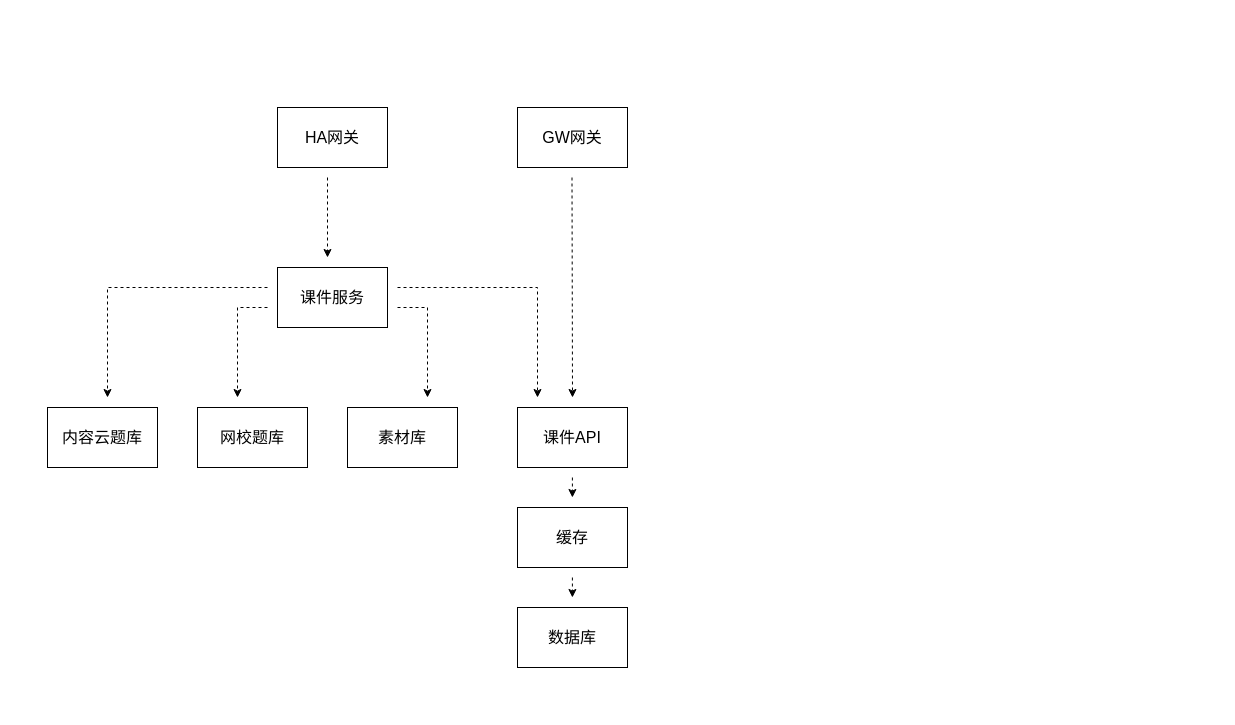
Above: doublealive.drawio in huanjiesm/courseware-draw (draw.io), before the change. Source tidied: cells renumbered, new cells numbered last; positions are measured from the earlier drawing's top-left corner, leaving out a move shared by most shapes. Both pictures are drawn from the tidied source at 100%, with x=0, y=0 at pixel (47, 107).
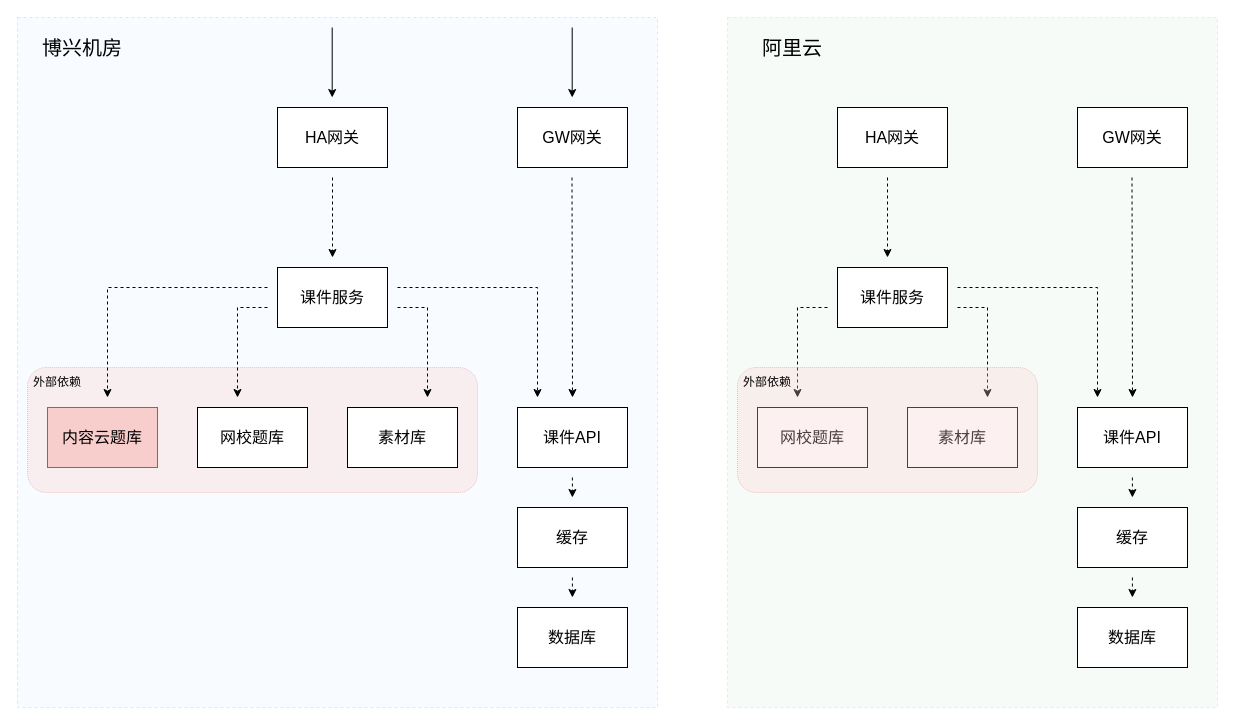
The same diagram, later.

The edit, as a diff of the source:
```diff
@@
+    <mxCell id="19" style="rounded=0;whiteSpace=wrap;html=1;fillColor=#dae8fc;strokeColor=#6c8ebf;dashed=1;opacity=20;" parent="1" vertex="1">
+      <mxGeometry x="-30" y="-90" width="640" height="690" as="geometry" />
+    </mxCell>
+    <mxCell id="20" style="rounded=1;whiteSpace=wrap;html=1;dashed=1;dashPattern=1 1;fillColor=#f8cecc;strokeColor=#b85450;opacity=30;" parent="1" vertex="1">
+      <mxGeometry x="-20" y="260" width="450" height="125" as="geometry" />
+    </mxCell>
+    <mxCell id="21" style="rounded=0;whiteSpace=wrap;html=1;fillColor=#d5e8d4;strokeColor=#82b366;dashed=1;opacity=20;" parent="1" vertex="1">
+      <mxGeometry x="680" y="-90" width="490" height="690" as="geometry" />
+    </mxCell>
@@
-    <mxCell id="8" value="内容云题库" style="rounded=0;whiteSpace=wrap;html=1;fontSize=16;" parent="1" vertex="1">
+    <mxCell id="8" value="内容云题库" style="rounded=0;whiteSpace=wrap;html=1;fontSize=16;fillColor=#f8cecc;strokeColor=#b85450;" parent="1" vertex="1">
       <mxGeometry y="300" width="110" height="60" as="geometry" />
     </mxCell>
@@
     <mxCell id="11" style="endArrow=classic;html=1;rounded=0;dashed=1;" parent="1" edge="1">
       <mxGeometry relative="1" as="geometry">
-        <mxPoint x="280" y="70" as="sourcePoint" />
-        <mxPoint x="280" y="150" as="targetPoint" />
+        <mxPoint x="285" y="70" as="sourcePoint" />
+        <mxPoint x="285" y="150" as="targetPoint" />
       </mxGeometry>
     </mxCell>
@@
+    <mxCell id="22" value="课件服务" style="rounded=0;whiteSpace=wrap;html=1;fontSize=16;" parent="1" vertex="1">
+      <mxGeometry x="790" y="160" width="110" height="60" as="geometry" />
+    </mxCell>
+    <mxCell id="23" value="课件API" style="rounded=0;whiteSpace=wrap;html=1;fontSize=16;" parent="1" vertex="1">
+      <mxGeometry x="1030" y="300" width="110" height="60" as="geometry" />
+    </mxCell>
+    <mxCell id="24" value="缓存" style="rounded=0;whiteSpace=wrap;html=1;fontSize=16;" parent="1" vertex="1">
+      <mxGeometry x="1030" y="400" width="110" height="60" as="geometry" />
+    </mxCell>
+    <mxCell id="25" value="数据库" style="rounded=0;whiteSpace=wrap;html=1;fontSize=16;" parent="1" vertex="1">
+      <mxGeometry x="1030" y="500" width="110" height="60" as="geometry" />
+    </mxCell>
+    <mxCell id="26" value="素材库" style="rounded=0;whiteSpace=wrap;html=1;fontSize=16;" parent="1" vertex="1">
+      <mxGeometry x="860" y="300" width="110" height="60" as="geometry" />
+    </mxCell>
+    <mxCell id="27" value="网校题库" style="rounded=0;whiteSpace=wrap;html=1;fontSize=16;" parent="1" vertex="1">
+      <mxGeometry x="710" y="300" width="110" height="60" as="geometry" />
+    </mxCell>
+    <mxCell id="28" value="HA网关" style="rounded=0;whiteSpace=wrap;html=1;fontSize=16;" parent="1" vertex="1">
+      <mxGeometry x="790" width="110" height="60" as="geometry" />
+    </mxCell>
+    <mxCell id="29" value="GW网关" style="rounded=0;whiteSpace=wrap;html=1;fontSize=16;" parent="1" vertex="1">
+      <mxGeometry x="1030" width="110" height="60" as="geometry" />
+    </mxCell>
+    <mxCell id="30" style="endArrow=classic;html=1;rounded=0;dashed=1;" parent="1" edge="1">
+      <mxGeometry relative="1" as="geometry">
+        <mxPoint x="840" y="70" as="sourcePoint" />
+        <mxPoint x="840" y="150" as="targetPoint" />
+      </mxGeometry>
+    </mxCell>
+    <mxCell id="31" style="endArrow=classic;html=1;rounded=0;dashed=1;" parent="1" edge="1">
+      <mxGeometry relative="1" as="geometry">
+        <mxPoint x="1084.5" y="70" as="sourcePoint" />
+        <mxPoint x="1085" y="290" as="targetPoint" />
+      </mxGeometry>
+    </mxCell>
+    <mxCell id="32" style="endArrow=classic;html=1;rounded=0;dashed=1;" parent="1" edge="1">
+      <mxGeometry relative="1" as="geometry">
+        <mxPoint x="910" y="180" as="sourcePoint" />
+        <mxPoint x="1050" y="290" as="targetPoint" />
+        <Array as="points">
+          <mxPoint x="1050" y="180" />
+        </Array>
+      </mxGeometry>
+    </mxCell>
+    <mxCell id="33" style="endArrow=classic;html=1;rounded=0;dashed=1;" parent="1" edge="1">
+      <mxGeometry relative="1" as="geometry">
+        <mxPoint x="910" y="200" as="sourcePoint" />
+        <mxPoint x="940" y="290" as="targetPoint" />
+        <Array as="points">
+          <mxPoint x="940" y="200" />
+        </Array>
+      </mxGeometry>
+    </mxCell>
+    <mxCell id="34" style="endArrow=classic;html=1;rounded=0;dashed=1;" parent="1" edge="1">
+      <mxGeometry relative="1" as="geometry">
+        <mxPoint x="780" y="200" as="sourcePoint" />
+        <mxPoint x="750" y="290" as="targetPoint" />
+        <Array as="points">
+          <mxPoint x="750" y="200" />
+        </Array>
+      </mxGeometry>
+    </mxCell>
+    <mxCell id="35" style="endArrow=classic;html=1;rounded=0;dashed=1;" parent="1" edge="1">
+      <mxGeometry relative="1" as="geometry">
+        <mxPoint x="1084.9" y="470" as="sourcePoint" />
+        <mxPoint x="1084.9" y="490" as="targetPoint" />
+      </mxGeometry>
+    </mxCell>
+    <mxCell id="36" style="endArrow=classic;html=1;rounded=0;dashed=1;" parent="1" edge="1">
+      <mxGeometry relative="1" as="geometry">
+        <mxPoint x="1084.9" y="370" as="sourcePoint" />
+        <mxPoint x="1084.9" y="390" as="targetPoint" />
+      </mxGeometry>
+    </mxCell>
+    <mxCell id="37" style="endArrow=classic;html=1;rounded=0;" parent="1" edge="1">
+      <mxGeometry relative="1" as="geometry">
+        <mxPoint x="284.7" y="-80" as="sourcePoint" />
+        <mxPoint x="284.7" y="-10" as="targetPoint" />
+      </mxGeometry>
+    </mxCell>
+    <mxCell id="38" style="endArrow=classic;html=1;rounded=0;" parent="1" edge="1">
+      <mxGeometry relative="1" as="geometry">
+        <mxPoint x="524.7" y="-80" as="sourcePoint" />
+        <mxPoint x="524.7" y="-10" as="targetPoint" />
+      </mxGeometry>
+    </mxCell>
+    <mxCell id="39" value="外部依赖" style="text;html=1;strokeColor=none;fillColor=none;align=center;verticalAlign=middle;whiteSpace=wrap;rounded=0;" parent="1" vertex="1">
+      <mxGeometry x="-20" y="260" width="60" height="30" as="geometry" />
+    </mxCell>
+    <mxCell id="40" value="博兴机房" style="text;html=1;strokeColor=none;fillColor=none;align=center;verticalAlign=middle;whiteSpace=wrap;rounded=0;fontSize=20;" parent="1" vertex="1">
+      <mxGeometry x="-20" y="-80" width="110" height="40" as="geometry" />
+    </mxCell>
+    <mxCell id="41" value="阿里云" style="text;html=1;strokeColor=none;fillColor=none;align=center;verticalAlign=middle;whiteSpace=wrap;rounded=0;fontSize=20;" parent="1" vertex="1">
+      <mxGeometry x="690" y="-80" width="110" height="40" as="geometry" />
+    </mxCell>
+    <mxCell id="42" style="rounded=1;whiteSpace=wrap;html=1;dashed=1;dashPattern=1 1;fillColor=#f8cecc;strokeColor=#b85450;opacity=30;" parent="1" vertex="1">
+      <mxGeometry x="690" y="260" width="300" height="125" as="geometry" />
+    </mxCell>
+    <mxCell id="43" value="外部依赖" style="text;html=1;strokeColor=none;fillColor=none;align=center;verticalAlign=middle;whiteSpace=wrap;rounded=0;" parent="1" vertex="1">
+      <mxGeometry x="690" y="260" width="60" height="30" as="geometry" />
+    </mxCell>
```
